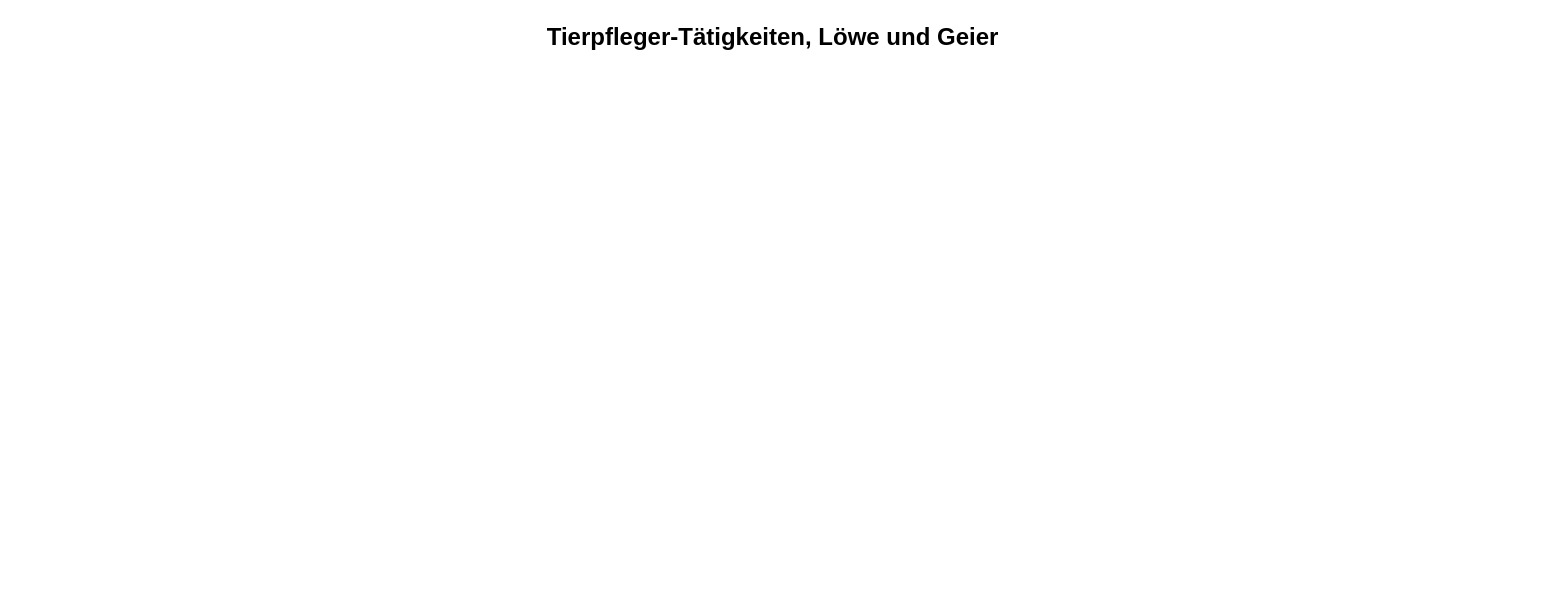
Earlier version of the draw.io diagram Unbenanntes Diagramm.drawio (KathBerg/diagram-construction-site). Source tidied: cells renumbered, new cells numbered last; positions are measured from the earlier drawing's top-left corner, leaving out a move shared by most shapes. Both pictures are drawn from the tidied source at 100%, with x=0, y=0 at pixel (17, 17).
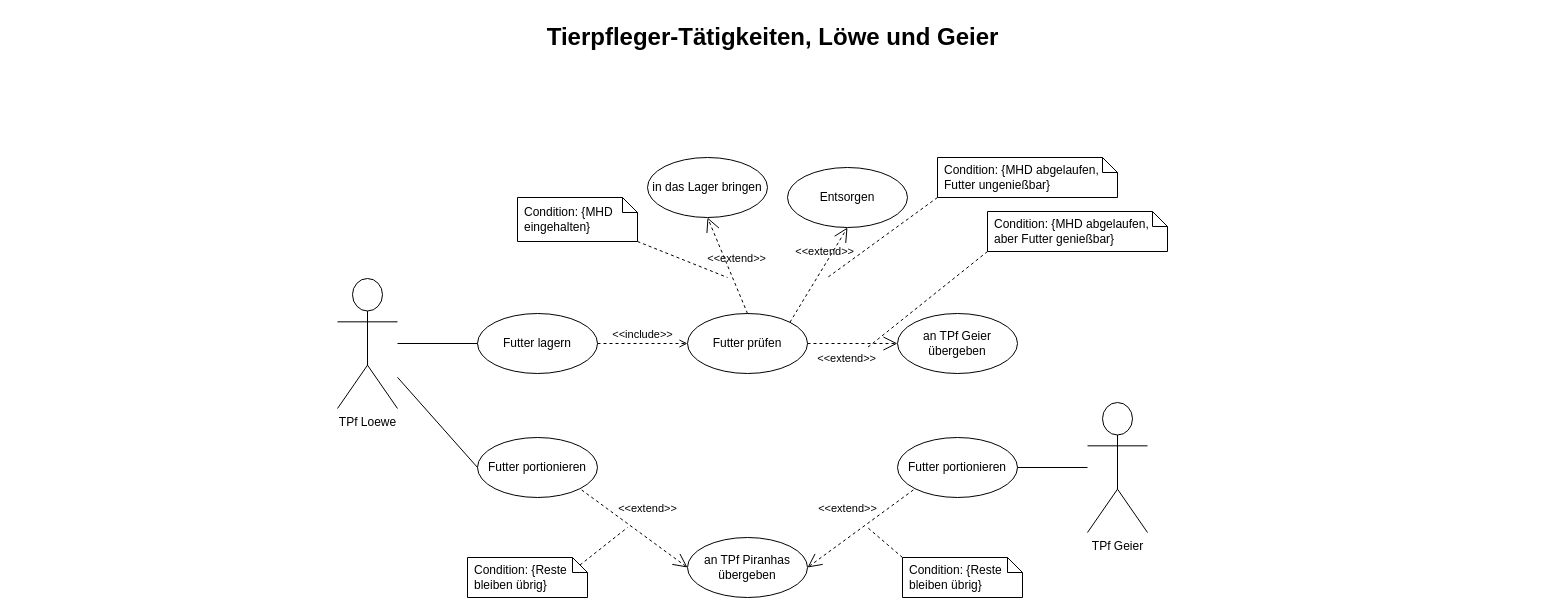
The same diagram, later.

The edit, as a diff of the source:
```diff
@@
+    <mxCell id="3" value="TPf Loewe" style="shape=umlActor;verticalLabelPosition=bottom;verticalAlign=top;html=1;outlineConnect=0;" parent="1" vertex="1">
+      <mxGeometry x="320" y="261" width="60" height="130" as="geometry" />
+    </mxCell>
+    <mxCell id="4" value="TPf Geier" style="shape=umlActor;verticalLabelPosition=bottom;verticalAlign=top;html=1;outlineConnect=0;" parent="1" vertex="1">
+      <mxGeometry x="1070" y="385" width="60" height="130" as="geometry" />
+    </mxCell>
+    <mxCell id="5" value="Futter lagern" style="ellipse;whiteSpace=wrap;html=1;" parent="1" vertex="1">
+      <mxGeometry x="460" y="296" width="120" height="60" as="geometry" />
+    </mxCell>
+    <mxCell id="6" value="Futter prüfen" style="ellipse;whiteSpace=wrap;html=1;" parent="1" vertex="1">
+      <mxGeometry x="670" y="296" width="120" height="60" as="geometry" />
+    </mxCell>
+    <mxCell id="7" value="in das Lager bringen" style="ellipse;whiteSpace=wrap;html=1;" parent="1" vertex="1">
+      <mxGeometry x="630" y="140" width="120" height="60" as="geometry" />
+    </mxCell>
+    <mxCell id="8" value="Entsorgen" style="ellipse;whiteSpace=wrap;html=1;" parent="1" vertex="1">
+      <mxGeometry x="770" y="150" width="120" height="60" as="geometry" />
+    </mxCell>
+    <mxCell id="9" value="an TPf Geier übergeben" style="ellipse;whiteSpace=wrap;html=1;" parent="1" vertex="1">
+      <mxGeometry x="880" y="296" width="120" height="60" as="geometry" />
+    </mxCell>
+    <mxCell id="10" value="an TPf Piranhas übergeben" style="ellipse;whiteSpace=wrap;html=1;" parent="1" vertex="1">
+      <mxGeometry x="670" y="520" width="120" height="60" as="geometry" />
+    </mxCell>
+    <mxCell id="11" value="Futter portionieren" style="ellipse;whiteSpace=wrap;html=1;" parent="1" vertex="1">
+      <mxGeometry x="460" y="420" width="120" height="60" as="geometry" />
+    </mxCell>
+    <mxCell id="12" value="Futter portionieren" style="ellipse;whiteSpace=wrap;html=1;" parent="1" vertex="1">
+      <mxGeometry x="880" y="420" width="120" height="60" as="geometry" />
+    </mxCell>
+    <mxCell id="13" style="endArrow=none;html=1;rounded=0;entryX=0;entryY=0.5;entryDx=0;entryDy=0;" parent="1" edge="1" source="3" target="5">
+      <mxGeometry relative="1" as="geometry" />
+    </mxCell>
+    <mxCell id="14" style="endArrow=none;html=1;rounded=0;entryX=1;entryY=0.5;entryDx=0;entryDy=0;" parent="1" edge="1" source="4" target="12">
+      <mxGeometry relative="1" as="geometry" />
+    </mxCell>
+    <mxCell id="15" value="&amp;lt;&amp;lt;include&amp;gt;&amp;gt;" style="edgeStyle=none;html=1;endArrow=open;verticalAlign=bottom;dashed=1;labelBackgroundColor=none;rounded=0;exitX=1;exitY=0.5;exitDx=0;exitDy=0;entryX=0;entryY=0.5;entryDx=0;entryDy=0;" parent="1" edge="1" source="5" target="6">
+      <mxGeometry relative="1" as="geometry" />
+    </mxCell>
+    <mxCell id="16" value="&amp;lt;&amp;lt;extend&amp;gt;&amp;gt;" style="edgeStyle=none;html=1;startArrow=open;endArrow=none;startSize=12;verticalAlign=bottom;dashed=1;labelBackgroundColor=none;rounded=0;entryX=1;entryY=1;entryDx=0;entryDy=0;exitX=0;exitY=0.5;exitDx=0;exitDy=0;" parent="1" edge="1" source="10" target="11">
+      <mxGeometry x="-0.07" y="-17" relative="1" as="geometry" />
+    </mxCell>
+    <mxCell id="17" value="&amp;lt;&amp;lt;extend&amp;gt;&amp;gt;" style="edgeStyle=none;html=1;startArrow=open;endArrow=none;startSize=12;verticalAlign=bottom;dashed=1;labelBackgroundColor=none;rounded=0;entryX=0;entryY=1;entryDx=0;entryDy=0;exitX=1;exitY=0.5;exitDx=0;exitDy=0;" parent="1" edge="1" source="10" target="12">
+      <mxGeometry x="-0.07" y="17" relative="1" as="geometry" />
+    </mxCell>
+    <mxCell id="18" value="Condition: {MHD abgelaufen, Futter ungenießbar}" style="shape=note;size=15;spacingLeft=5;align=left;whiteSpace=wrap;" parent="1" vertex="1">
+      <mxGeometry x="920" y="140" width="180" height="40" as="geometry" />
+    </mxCell>
+    <mxCell id="19" value="&amp;lt;&amp;lt;extend&amp;gt;&amp;gt;" style="align=right;html=1;verticalAlign=bottom;rounded=0;labelBackgroundColor=none;endArrow=open;endSize=12;dashed=1;entryX=0;entryY=0.5;entryDx=0;entryDy=0;exitX=1;exitY=0.5;exitDx=0;exitDy=0;" parent="1" edge="1" source="6" target="9">
+      <mxGeometry x="0.56" y="-24" relative="1" as="geometry" />
+    </mxCell>
+    <mxCell id="20" style="edgeStyle=none;html=1;endArrow=none;rounded=0;labelBackgroundColor=none;dashed=1;exitX=0;exitY=1;exitDx=0;exitDy=0;exitPerimeter=0;" parent="1" edge="1" source="18">
+      <mxGeometry relative="1" as="geometry">
+        <mxPoint x="810" y="260" as="targetPoint" />
+      </mxGeometry>
+    </mxCell>
+    <mxCell id="21" value="Condition: {MHD eingehalten}" style="shape=note;size=15;spacingLeft=5;align=left;whiteSpace=wrap;" parent="1" vertex="1">
+      <mxGeometry x="500" y="180" width="120" height="44" as="geometry" />
+    </mxCell>
+    <mxCell id="22" value="&amp;lt;&amp;lt;extend&amp;gt;&amp;gt;" style="align=right;html=1;verticalAlign=bottom;rounded=0;labelBackgroundColor=none;endArrow=open;endSize=12;dashed=1;entryX=0.5;entryY=1;entryDx=0;entryDy=0;exitX=0.5;exitY=0;exitDx=0;exitDy=0;" parent="1" edge="1" source="6" target="7">
+      <mxGeometry x="-0.33" y="-36" relative="1" as="geometry" />
+    </mxCell>
+    <mxCell id="23" style="edgeStyle=none;html=1;endArrow=none;rounded=0;labelBackgroundColor=none;dashed=1;exitX=1;exitY=1;exitDx=0;exitDy=0;exitPerimeter=0;" parent="1" edge="1" source="21">
+      <mxGeometry relative="1" as="geometry">
+        <mxPoint x="710" y="260" as="targetPoint" />
+      </mxGeometry>
+    </mxCell>
+    <mxCell id="24" value="Condition: {MHD abgelaufen, aber Futter genießbar}" style="shape=note;size=15;spacingLeft=5;align=left;whiteSpace=wrap;" parent="1" vertex="1">
+      <mxGeometry x="970" y="194" width="180" height="40" as="geometry" />
+    </mxCell>
+    <mxCell id="25" value="&amp;lt;&amp;lt;extend&amp;gt;&amp;gt;" style="align=right;html=1;verticalAlign=bottom;rounded=0;labelBackgroundColor=none;endArrow=open;endSize=12;dashed=1;entryX=0.5;entryY=1;entryDx=0;entryDy=0;exitX=1;exitY=0;exitDx=0;exitDy=0;" parent="1" edge="1" source="6" target="8">
+      <mxGeometry x="0.56" y="-24" relative="1" as="geometry" />
+    </mxCell>
+    <mxCell id="26" style="edgeStyle=none;html=1;endArrow=none;rounded=0;labelBackgroundColor=none;dashed=1;exitX=0;exitY=1;exitDx=0;exitDy=0;exitPerimeter=0;" parent="1" edge="1" source="24">
+      <mxGeometry relative="1" as="geometry">
+        <mxPoint x="850" y="330" as="targetPoint" />
+      </mxGeometry>
+    </mxCell>
+    <mxCell id="27" style="edgeStyle=none;html=1;endArrow=none;verticalAlign=bottom;rounded=0;entryX=0;entryY=0.5;entryDx=0;entryDy=0;" parent="1" edge="1" source="3" target="11">
+      <mxGeometry relative="1" as="geometry" />
+    </mxCell>
+    <mxCell id="28" value="Condition: {Reste bleiben übrig}" style="shape=note;size=15;spacingLeft=5;align=left;whiteSpace=wrap;" parent="1" vertex="1">
+      <mxGeometry x="450" y="540" width="120" height="40" as="geometry" />
+    </mxCell>
+    <mxCell id="29" style="edgeStyle=none;html=1;endArrow=none;rounded=0;labelBackgroundColor=none;dashed=1;exitX=0;exitY=0;exitDx=112.5;exitDy=7.5;exitPerimeter=0;" parent="1" edge="1" source="28">
+      <mxGeometry relative="1" as="geometry">
+        <mxPoint x="610" y="510" as="targetPoint" />
+      </mxGeometry>
+    </mxCell>
+    <mxCell id="30" value="Condition: {Reste bleiben übrig}" style="shape=note;size=15;spacingLeft=5;align=left;whiteSpace=wrap;" parent="1" vertex="1">
+      <mxGeometry x="885" y="540" width="120" height="40" as="geometry" />
+    </mxCell>
+    <mxCell id="31" style="edgeStyle=none;html=1;endArrow=none;rounded=0;labelBackgroundColor=none;dashed=1;exitX=0;exitY=0;exitDx=0;exitDy=0;exitPerimeter=0;" parent="1" edge="1" source="30">
+      <mxGeometry relative="1" as="geometry">
+        <mxPoint x="850" y="510" as="targetPoint" />
+      </mxGeometry>
+    </mxCell>
```
